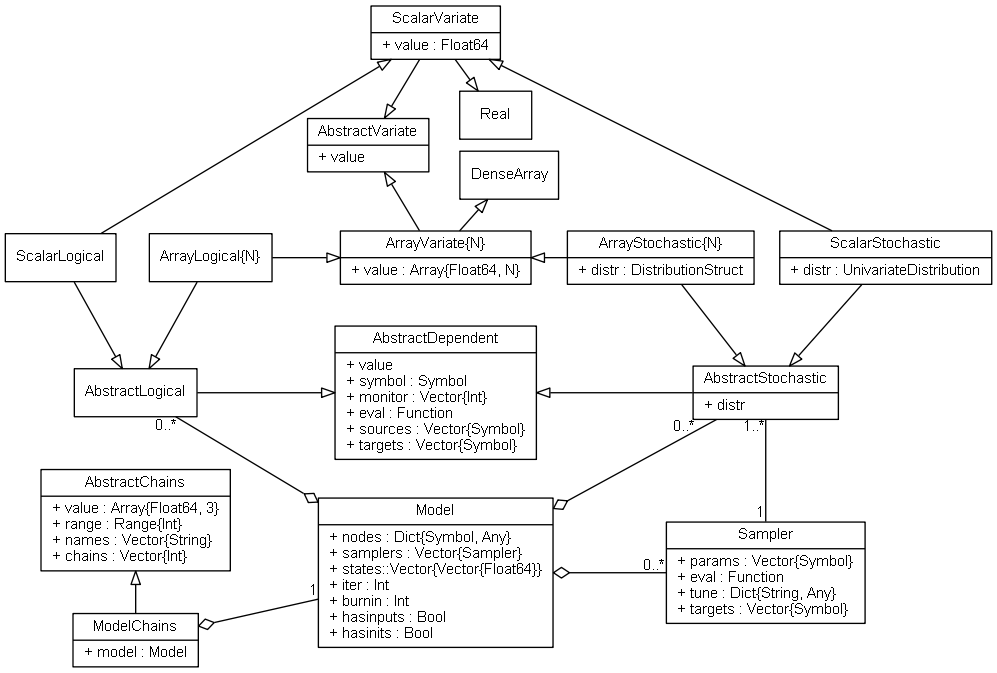
This is doc/images/mcmcUML.png from brian-j-smith/Mamba.jl, a Graphviz export, as it was before one commit. Its source is kept beside it as doc/images/mcmcUML.dot.
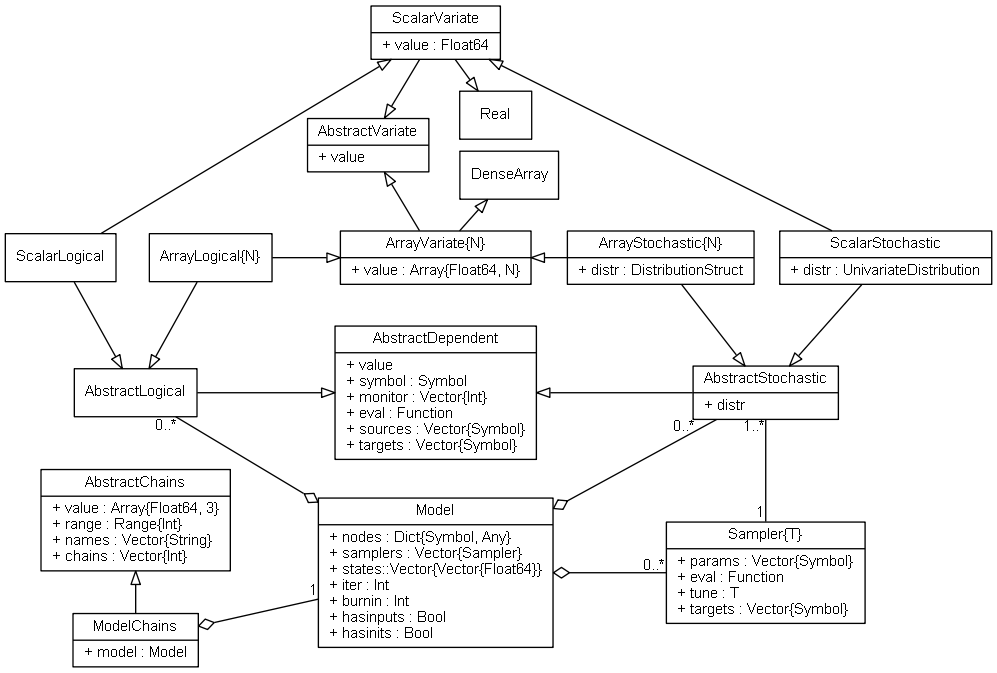
The same diagram one commit later.

What changed in the source:
```diff
@@ -34,7 +34,7 @@
 
     Model [label = "{Model|+ nodes : Dict\{Symbol, Any\}\l+ samplers : Vector\{Sampler\}\l+ states::Vector\{Vector\{Float64\}\}\l+ iter : Int\l+ burnin : Int\l+ hasinputs : Bool\l+ hasinits : Bool\l}", pos="275, 305"]
 
-    Sampler [label = "{Sampler|+ params : Vector\{Symbol\}\l+ eval : Function\l+ tune : Dict\{String, Any\}\l+ targets : Vector\{Symbol\}\l}", pos="495, 305"]
+    Sampler [label = "{Sampler\{T\}|+ params : Vector\{Symbol\}\l+ eval : Function\l+ tune : T\l+ targets : Vector\{Symbol\}\l}", pos="495, 305"]
 
     AbstractChains  [label = "{AbstractChains|+ value : Array\{Float64, 3\}\l+ range : Range\{Int\}\l+ names : Vector\{String\}\l+ chains : Vector\{Int\}\l}", pos="75, 340"]
 
```
